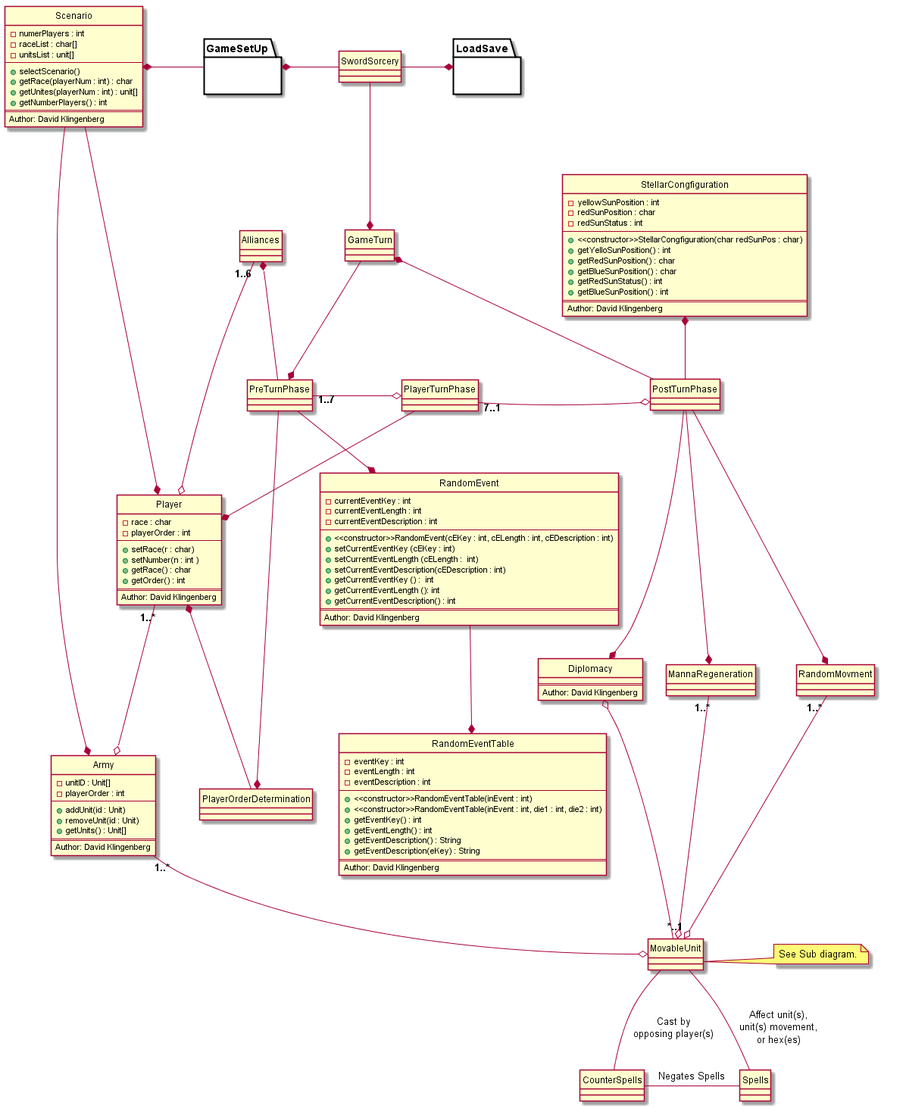
Above: src/ClassDiagrams/SubTeam_David_ Gabe_Class Diagram.png in bigwookiee/CS383 (PlantUML), before the change.
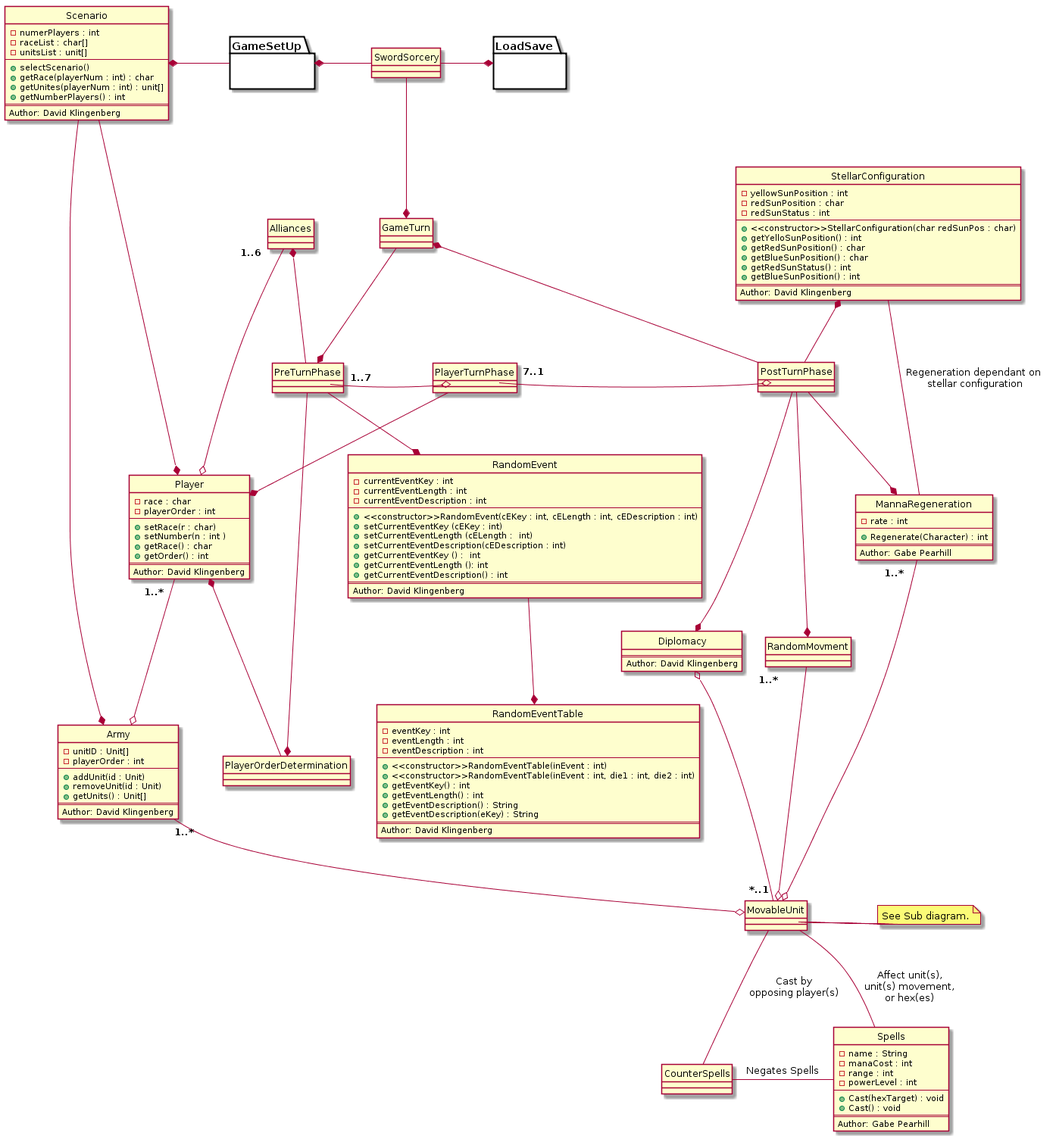
After the commit.

Commit message:
Spell Class, Manna Regeneration

I added a few elements.

What changed in the source:
```diff
@@ -24,12 +24,12 @@
 	Author: David Klingenberg
 }
 
-class StellarCongfiguration{
+class StellarConfiguration{
 	-yellowSunPosition : int
 	-redSunPosition : char
 	-redSunStatus : int
 	--
-	+<<constructor>>StellarCongfiguration(char redSunPos : char)
+	+<<constructor>>StellarConfiguration(char redSunPos : char)
 	+getYelloSunPosition() : int
 	+getRedSunPosition() : char
 	+getBlueSunPosition() : char
@@ -93,12 +93,28 @@
 class PlayerTurnPhase
 class PostTurnPhase
 class GameTurn
-class Spells
+class Spells{
+	-name : String
+  	-manaCost : int
+   	-range : int
+   	-powerLevel : int
+   	--
+   	+Cast(hexTarget) : void
+   	+Cast() : void
+   	==
+   	Author: Gabe Pearhill
+}
 class CounterSpells
 class PlayerOrderDetermination
 class Alliances
 class SwordSorcery
-class MannaRegeneration
+class MannaRegeneration {
+	-rate : int
+	--
+	+Regenerate(Character) : int
+	==
+	Author: Gabe Pearhill
+}
 
 class MovableUnit{
 }
@@ -144,7 +160,8 @@
 CounterSpells - Spells : Negates Spells
 
 PostTurnPhase --* RandomMovment
-StellarCongfiguration *-- PostTurnPhase
+StellarConfiguration *-- PostTurnPhase
+StellarConfiguration -- MannaRegeneration : Regeneration dependant on\n stellar configuration
 PostTurnPhase --* Diplomacy
 PostTurnPhase --* MannaRegeneration
 
@@ -154,5 +171,4 @@
 RandomMovment ?<b>1..*</b>? --o MovableUnit
 MannaRegeneration ?<b>1..*</b>? --o MovableUnit
 Diplomacy o-- ?<b>*..1</b>? MovableUnit
-
 @enduml
```
